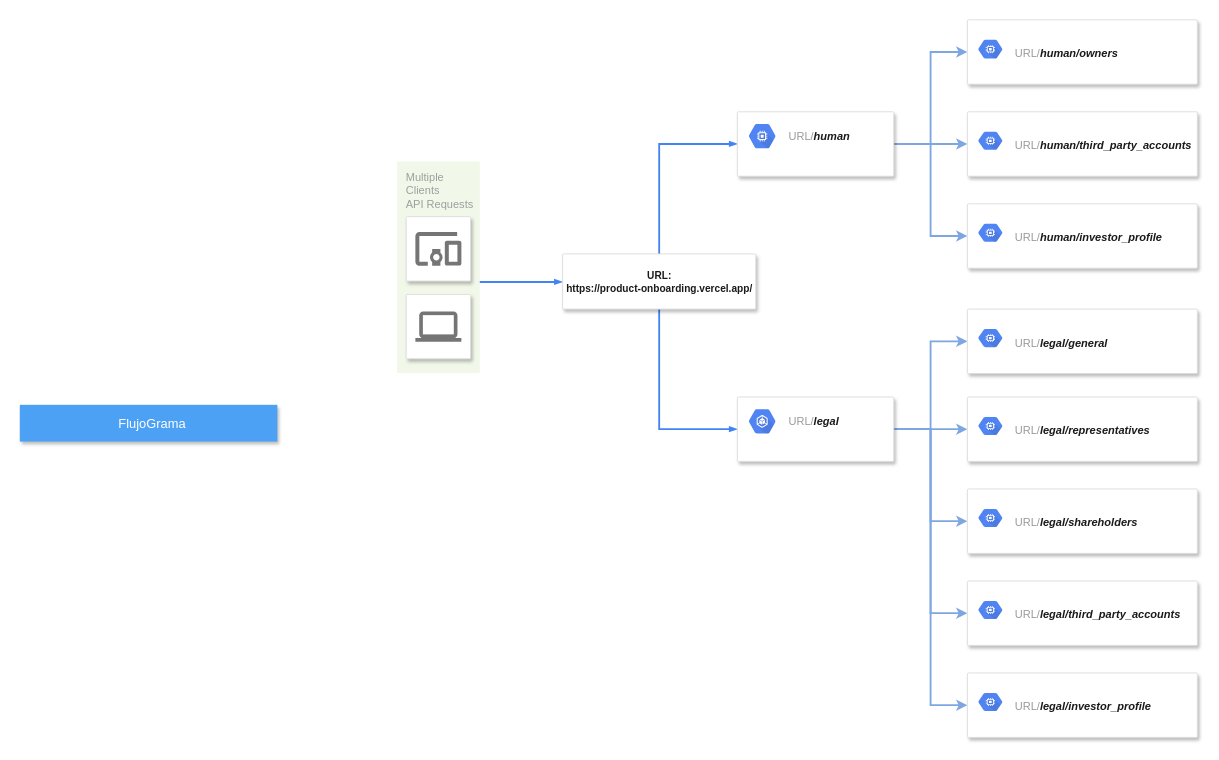
This is page "Rutas de URL" (1 of 2) of Diagrama sin título.drawio from cabrerafrancisco/ChallegeCeleriQA, a draw.io file, before an edit. Source tidied: cells renumbered, new cells numbered last; positions are measured from the earlier drawing's top-left corner, leaving out a move shared by most shapes. Both pictures are drawn from the tidied source at 92%, with x=0, y=0 at pixel (19, 19).
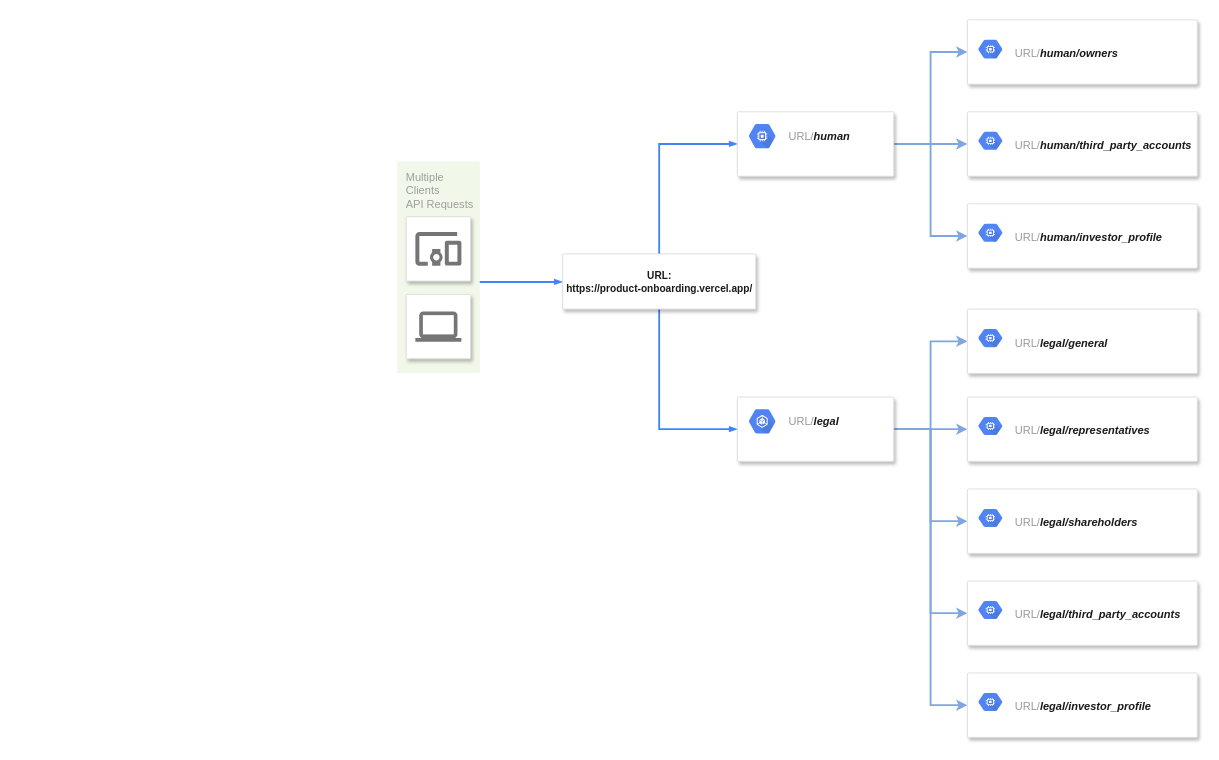
Above is the later version.

Commit message:
se agrega flujograma de cuenta humana

Diff of the diagram source:
```diff
@@
-    <mxCell id="3" value="&lt;div style=&quot;&quot;&gt;&lt;span style=&quot;background-color: initial;&quot;&gt;FlujoGrama&amp;nbsp; &amp;nbsp; &amp;nbsp; &amp;nbsp; &amp;nbsp; &amp;nbsp;&lt;/span&gt;&lt;/div&gt;" style="fillColor=#4DA1F5;strokeColor=none;shadow=1;gradientColor=none;fontSize=14;align=center;spacingLeft=50;fontColor=#ffffff;html=1;" parent="1" vertex="1">
-      <mxGeometry y="418.5" width="280" height="40" as="geometry" />
-    </mxCell>
```
